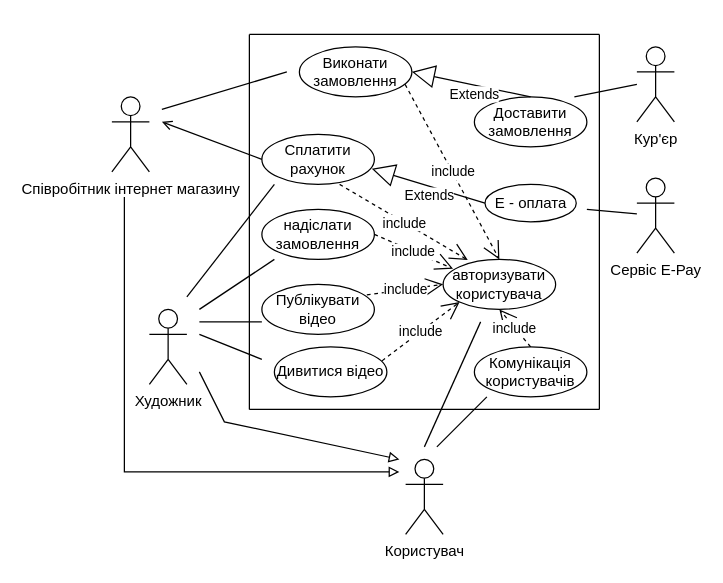
The draw.io diagram 1-SoftwareRequirements/1.3-SoftwareUserRequirements/1.3.3-UseCaseDiagram/userStory.drawio in oleksandrblazhko/ai202-baranyuk, before the edit. Source tidied: cells renumbered, new cells numbered last; positions are measured from the earlier drawing's top-left corner, leaving out a move shared by most shapes. Both pictures are drawn from the tidied source at 125%, with x=0, y=0 at pixel (111, 21).
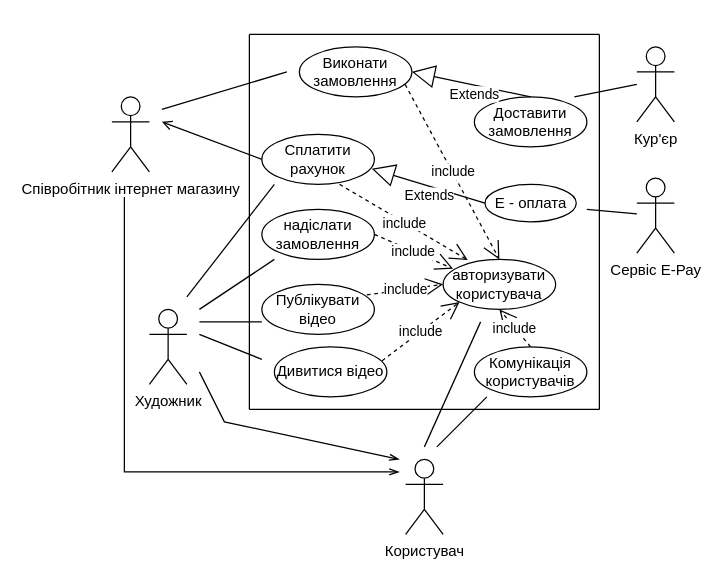
The same page after the edit.

What changed in the source:
```diff
@@
-    <mxCell id="4" style="edgeStyle=none;rounded=0;orthogonalLoop=1;jettySize=auto;html=1;endArrow=block;endFill=0;" parent="1" edge="1">
+    <mxCell id="4" style="edgeStyle=none;rounded=0;orthogonalLoop=1;jettySize=auto;html=1;endArrow=openThin;endFill=0;" parent="1" edge="1">
       <mxGeometry relative="1" as="geometry">
         <mxPoint x="10" y="140" as="sourcePoint" />
         <mxPoint x="230" y="360" as="targetPoint" />
         <Array as="points">
           <mxPoint x="10" y="360" />
         </Array>
       </mxGeometry>
     </mxCell>
@@
-    <mxCell id="6" style="edgeStyle=none;rounded=0;orthogonalLoop=1;jettySize=auto;html=1;endArrow=block;endFill=0;" parent="1" edge="1">
+    <mxCell id="6" style="edgeStyle=none;rounded=0;orthogonalLoop=1;jettySize=auto;html=1;endArrow=openThin;endFill=0;" parent="1" edge="1">
       <mxGeometry relative="1" as="geometry">
         <mxPoint x="70" y="280" as="sourcePoint" />
         <mxPoint x="230" y="350" as="targetPoint" />
         <Array as="points">
           <mxPoint x="90" y="320" />
         </Array>
       </mxGeometry>
     </mxCell>
```
